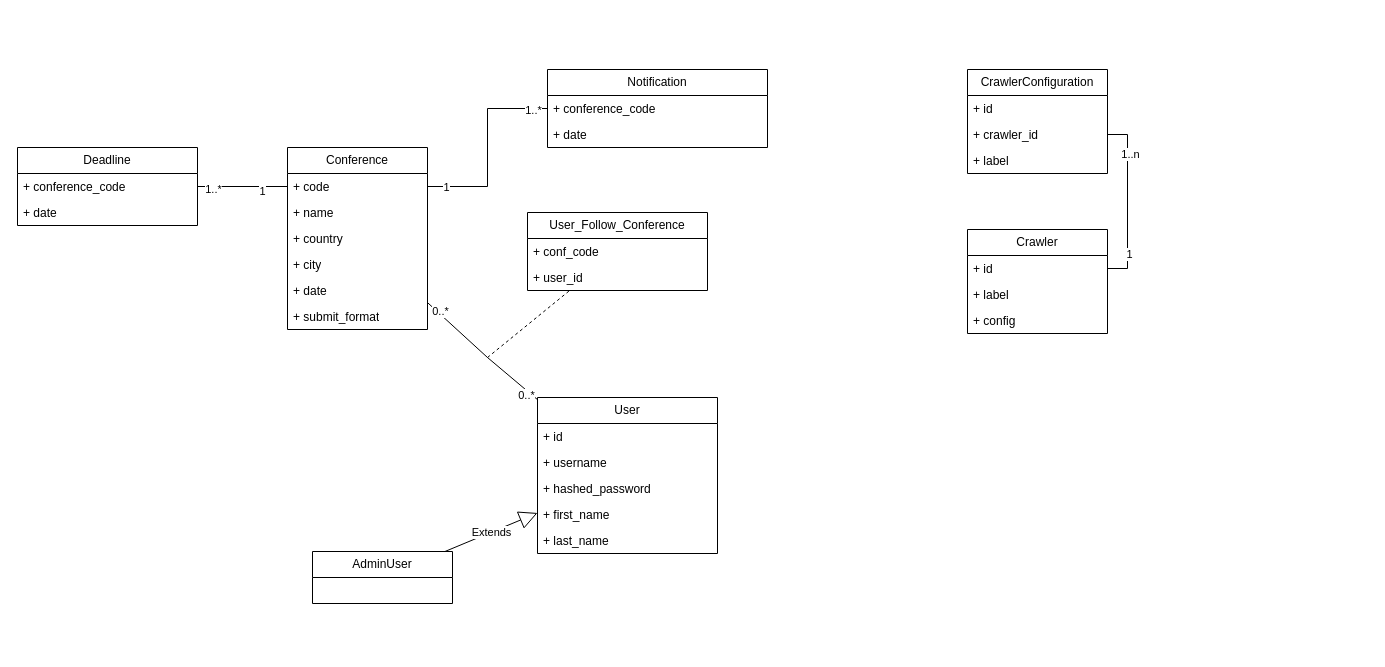
Before: page "Class" (2 of 3) of Diagram/Use Case.drawio in Technologie-Logicielle/spiderbot, a draw.io diagram. Source tidied: cells renumbered, new cells numbered last; positions are measured from the earlier drawing's top-left corner, leaving out a move shared by most shapes. Both pictures are drawn from the tidied source at 100%, with x=0, y=0 at pixel (17, 69).
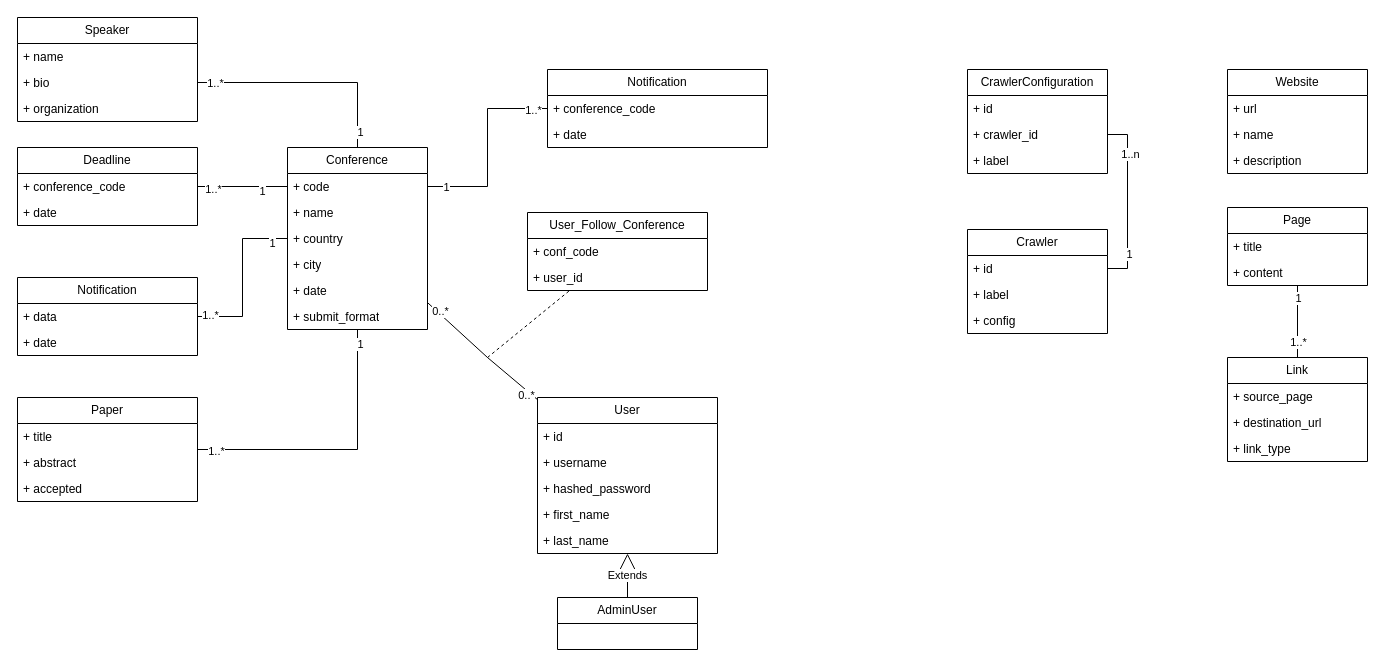
Above is the later version.

The change refers to these unchanged cells:
```xml
<mxCell id="2" value="Conference" style="swimlane;fontStyle=0;horizontal=1;startSize=26;fillColor=none;whiteSpace=wrap;html=1;" parent="1" vertex="1">
  <mxGeometry x="270" y="78" width="140" height="182" as="geometry" />
</mxCell>
```

Change to the diagram source:
```diff
@@
     <mxCell id="26" value="AdminUser" style="swimlane;fontStyle=0;horizontal=1;startSize=26;fillColor=none;whiteSpace=wrap;html=1;" parent="1" vertex="1">
-      <mxGeometry x="295" y="482" width="140" height="52" as="geometry" />
+      <mxGeometry x="540" y="528" width="140" height="52" as="geometry" />
     </mxCell>
@@
+    <mxCell id="49" value="Notification" style="swimlane;fontStyle=0;horizontal=1;startSize=26;fillColor=none;whiteSpace=wrap;html=1;" parent="1" vertex="1">
+      <mxGeometry y="208" width="180" height="78" as="geometry" />
+    </mxCell>
+    <mxCell id="50" value="+ data" style="text;strokeColor=none;fillColor=none;align=left;verticalAlign=top;spacingLeft=4;spacingRight=4;overflow=hidden;points=[[0,0.5],[1,0.5]];portConstraint=eastwest;whiteSpace=wrap;html=1;" parent="49" vertex="1">
+      <mxGeometry y="26" width="180" height="26" as="geometry" />
+    </mxCell>
+    <mxCell id="51" value="+ date" style="text;strokeColor=none;fillColor=none;align=left;verticalAlign=top;spacingLeft=4;spacingRight=4;overflow=hidden;whiteSpace=wrap;html=1;" parent="49" vertex="1">
+      <mxGeometry y="52" width="180" height="26" as="geometry" />
+    </mxCell>
+    <mxCell id="52" style="edgeStyle=orthogonalEdgeStyle;rounded=0;jettySize=auto;html=1;exitX=1;exitY=0.5;exitDx=0;exitDy=0;endArrow=none;endFill=0;" parent="1" edge="1" source="50" target="2">
+      <mxGeometry relative="1" as="geometry" />
+    </mxCell>
+    <mxCell id="53" value="1..*" style="edgeLabel;html=1;align=center;verticalAlign=middle;" parent="52" vertex="1">
+      <mxGeometry x="-0.86" y="2" relative="1" as="geometry" />
+    </mxCell>
+    <mxCell id="54" value="1" style="edgeLabel;html=1;align=center;verticalAlign=middle;" parent="52" vertex="1">
+      <mxGeometry x="0.81" y="-4" relative="1" as="geometry" />
+    </mxCell>
+    <mxCell id="55" value="Paper" style="swimlane;fontStyle=0;horizontal=1;startSize=26;fillColor=none;whiteSpace=wrap;html=1;" parent="1" vertex="1">
+      <mxGeometry y="328" width="180" height="104" as="geometry" />
+    </mxCell>
+    <mxCell id="56" value="+ title" style="text;strokeColor=none;fillColor=none;align=left;verticalAlign=top;spacingLeft=4;spacingRight=4;overflow=hidden;whiteSpace=wrap;html=1;" parent="55" vertex="1">
+      <mxGeometry y="26" width="180" height="26" as="geometry" />
+    </mxCell>
+    <mxCell id="57" value="+ abstract" style="text;strokeColor=none;fillColor=none;align=left;verticalAlign=top;spacingLeft=4;spacingRight=4;overflow=hidden;whiteSpace=wrap;html=1;" parent="55" vertex="1">
+      <mxGeometry y="52" width="180" height="26" as="geometry" />
+    </mxCell>
+    <mxCell id="58" value="+ accepted" style="text;strokeColor=none;fillColor=none;align=left;verticalAlign=top;spacingLeft=4;spacingRight=4;overflow=hidden;whiteSpace=wrap;html=1;" parent="55" vertex="1">
+      <mxGeometry y="78" width="180" height="26" as="geometry" />
+    </mxCell>
+    <mxCell id="59" style="edgeStyle=orthogonalEdgeStyle;rounded=0;jettySize=auto;html=1;endArrow=none;endFill=0;" parent="1" edge="1" source="55" target="2">
+      <mxGeometry relative="1" as="geometry" />
+    </mxCell>
+    <mxCell id="60" value="1..*" style="edgeLabel;html=1;align=center;verticalAlign=middle;" parent="59" vertex="1">
+      <mxGeometry x="-0.87" y="-1" relative="1" as="geometry" />
+    </mxCell>
+    <mxCell id="61" value="1" style="edgeLabel;html=1;align=center;verticalAlign=middle;" parent="59" vertex="1">
+      <mxGeometry x="0.9" y="-2" relative="1" as="geometry" />
+    </mxCell>
+    <mxCell id="62" value="Speaker" style="swimlane;fontStyle=0;horizontal=1;startSize=26;fillColor=none;whiteSpace=wrap;html=1;" parent="1" vertex="1">
+      <mxGeometry y="-52" width="180" height="104" as="geometry" />
+    </mxCell>
+    <mxCell id="63" value="+ name" style="text;strokeColor=none;fillColor=none;align=left;verticalAlign=top;spacingLeft=4;spacingRight=4;overflow=hidden;whiteSpace=wrap;html=1;" parent="62" vertex="1">
+      <mxGeometry y="26" width="180" height="26" as="geometry" />
+    </mxCell>
+    <mxCell id="64" value="+ bio" style="text;strokeColor=none;fillColor=none;align=left;verticalAlign=top;spacingLeft=4;spacingRight=4;overflow=hidden;points=[[0,0.5],[1,0.5]];portConstraint=eastwest;whiteSpace=wrap;html=1;" parent="62" vertex="1">
+      <mxGeometry y="52" width="180" height="26" as="geometry" />
+    </mxCell>
+    <mxCell id="65" value="+ organization" style="text;strokeColor=none;fillColor=none;align=left;verticalAlign=top;spacingLeft=4;spacingRight=4;overflow=hidden;whiteSpace=wrap;html=1;" parent="62" vertex="1">
+      <mxGeometry y="78" width="180" height="26" as="geometry" />
+    </mxCell>
+    <mxCell id="66" style="edgeStyle=orthogonalEdgeStyle;rounded=0;jettySize=auto;html=1;exitX=1;exitY=0.5;exitDx=0;exitDy=0;endArrow=none;endFill=0;" parent="1" edge="1" source="64" target="2">
+      <mxGeometry relative="1" as="geometry" />
+    </mxCell>
+    <mxCell id="67" value="1..*" style="edgeLabel;html=1;align=center;verticalAlign=middle;" parent="66" vertex="1">
+      <mxGeometry x="-0.85" relative="1" as="geometry" />
+    </mxCell>
+    <mxCell id="68" value="1" style="edgeLabel;html=1;align=center;verticalAlign=middle;" parent="66" vertex="1">
+      <mxGeometry x="0.86" y="2" relative="1" as="geometry" />
+    </mxCell>
+    <mxCell id="69" value="Website" style="swimlane;fontStyle=0;horizontal=1;startSize=26;fillColor=none;whiteSpace=wrap;html=1;" parent="1" vertex="1">
+      <mxGeometry x="1210" width="140" height="104" as="geometry" />
+    </mxCell>
+    <mxCell id="70" value="+ url" style="text;strokeColor=none;fillColor=none;align=left;verticalAlign=top;spacingLeft=4;spacingRight=4;overflow=hidden;whiteSpace=wrap;html=1;" parent="69" vertex="1">
+      <mxGeometry y="26" width="140" height="26" as="geometry" />
+    </mxCell>
+    <mxCell id="71" value="+ name" style="text;strokeColor=none;fillColor=none;align=left;verticalAlign=top;spacingLeft=4;spacingRight=4;overflow=hidden;whiteSpace=wrap;html=1;" parent="69" vertex="1">
+      <mxGeometry y="52" width="140" height="26" as="geometry" />
+    </mxCell>
+    <mxCell id="72" value="+ description" style="text;strokeColor=none;fillColor=none;align=left;verticalAlign=top;spacingLeft=4;spacingRight=4;overflow=hidden;whiteSpace=wrap;html=1;" parent="69" vertex="1">
+      <mxGeometry y="78" width="140" height="26" as="geometry" />
+    </mxCell>
+    <mxCell id="73" value="Page" style="swimlane;fontStyle=0;horizontal=1;startSize=26;fillColor=none;whiteSpace=wrap;html=1;" parent="1" vertex="1">
+      <mxGeometry x="1210" y="138" width="140" height="78" as="geometry" />
+    </mxCell>
+    <mxCell id="74" value="+ title" style="text;strokeColor=none;fillColor=none;align=left;verticalAlign=top;spacingLeft=4;spacingRight=4;overflow=hidden;whiteSpace=wrap;html=1;" parent="73" vertex="1">
+      <mxGeometry y="26" width="140" height="26" as="geometry" />
+    </mxCell>
+    <mxCell id="75" value="+ content" style="text;strokeColor=none;fillColor=none;align=left;verticalAlign=top;spacingLeft=4;spacingRight=4;overflow=hidden;whiteSpace=wrap;html=1;" parent="73" vertex="1">
+      <mxGeometry y="52" width="140" height="26" as="geometry" />
+    </mxCell>
+    <mxCell id="76" style="edgeStyle=orthogonalEdgeStyle;rounded=0;jettySize=auto;html=1;exitX=0.5;exitY=0;exitDx=0;exitDy=0;endArrow=none;endFill=0;" parent="1" edge="1" source="79" target="73">
+      <mxGeometry relative="1" as="geometry" />
+    </mxCell>
+    <mxCell id="77" value="1" style="edgeLabel;html=1;align=center;verticalAlign=middle;" parent="76" vertex="1">
+      <mxGeometry x="0.67" relative="1" as="geometry" />
+    </mxCell>
+    <mxCell id="78" value="1..*" style="edgeLabel;html=1;align=center;verticalAlign=middle;" parent="76" vertex="1">
+      <mxGeometry x="-0.56" relative="1" as="geometry" />
+    </mxCell>
+    <mxCell id="79" value="Link" style="swimlane;fontStyle=0;horizontal=1;startSize=26;fillColor=none;whiteSpace=wrap;html=1;" parent="1" vertex="1">
+      <mxGeometry x="1210" y="288" width="140" height="104" as="geometry" />
+    </mxCell>
+    <mxCell id="80" value="+ source_page" style="text;strokeColor=none;fillColor=none;align=left;verticalAlign=top;spacingLeft=4;spacingRight=4;overflow=hidden;whiteSpace=wrap;html=1;" parent="79" vertex="1">
+      <mxGeometry y="26" width="140" height="26" as="geometry" />
+    </mxCell>
+    <mxCell id="81" value="+ destination_url" style="text;strokeColor=none;fillColor=none;align=left;verticalAlign=top;spacingLeft=4;spacingRight=4;overflow=hidden;whiteSpace=wrap;html=1;" parent="79" vertex="1">
+      <mxGeometry y="52" width="140" height="26" as="geometry" />
+    </mxCell>
+    <mxCell id="82" value="+ link_type" style="text;strokeColor=none;fillColor=none;align=left;verticalAlign=top;spacingLeft=4;spacingRight=4;overflow=hidden;whiteSpace=wrap;html=1;" parent="79" vertex="1">
+      <mxGeometry y="78" width="140" height="26" as="geometry" />
+    </mxCell>
```
